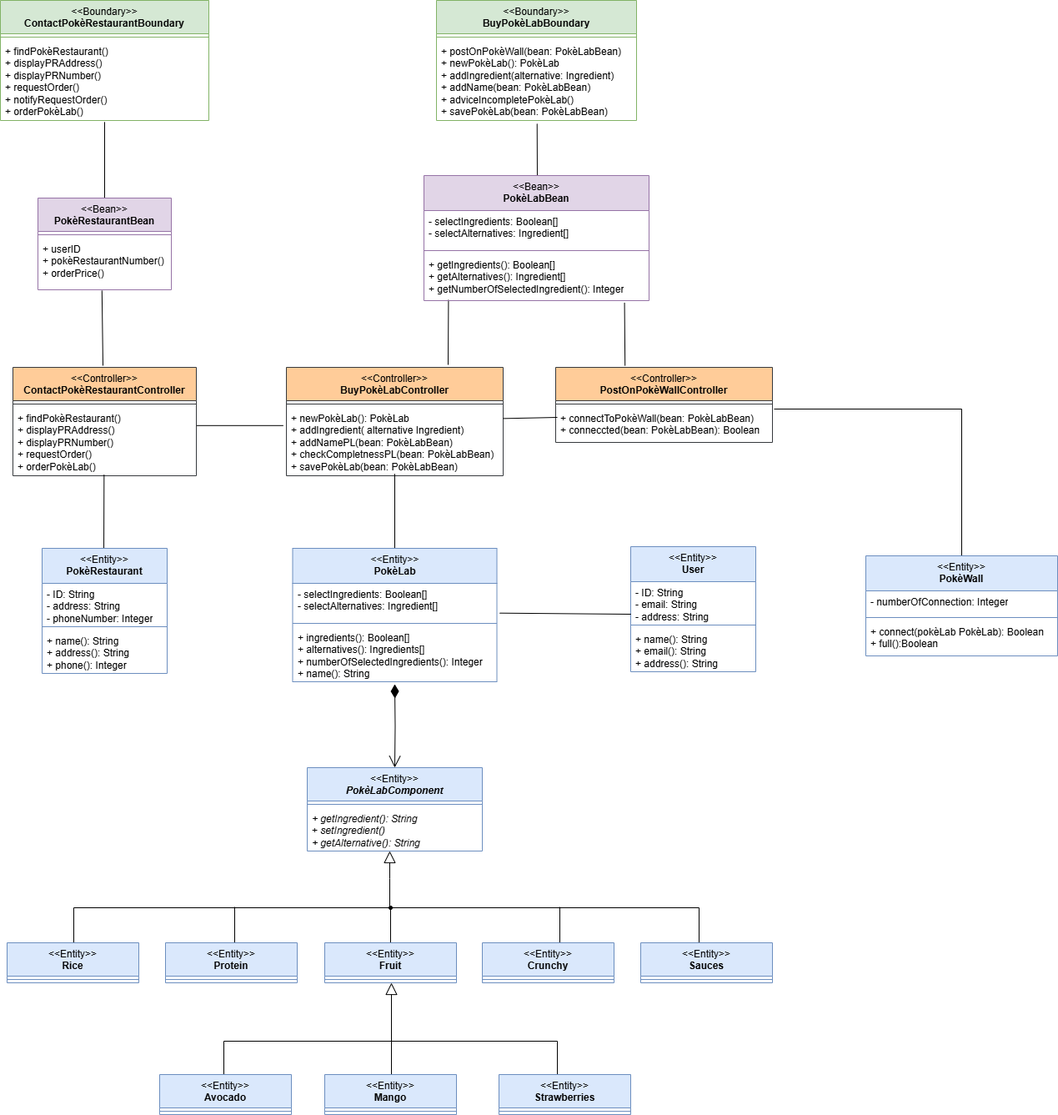
This is diagrams/BCE.drawio.png from matteopinfildi/ISPW-Project, a draw.io export, as it was before one commit. Source tidied: cells renumbered, new cells last; positions are measured from the earlier drawing's top-left corner, leaving out a move shared by most shapes.
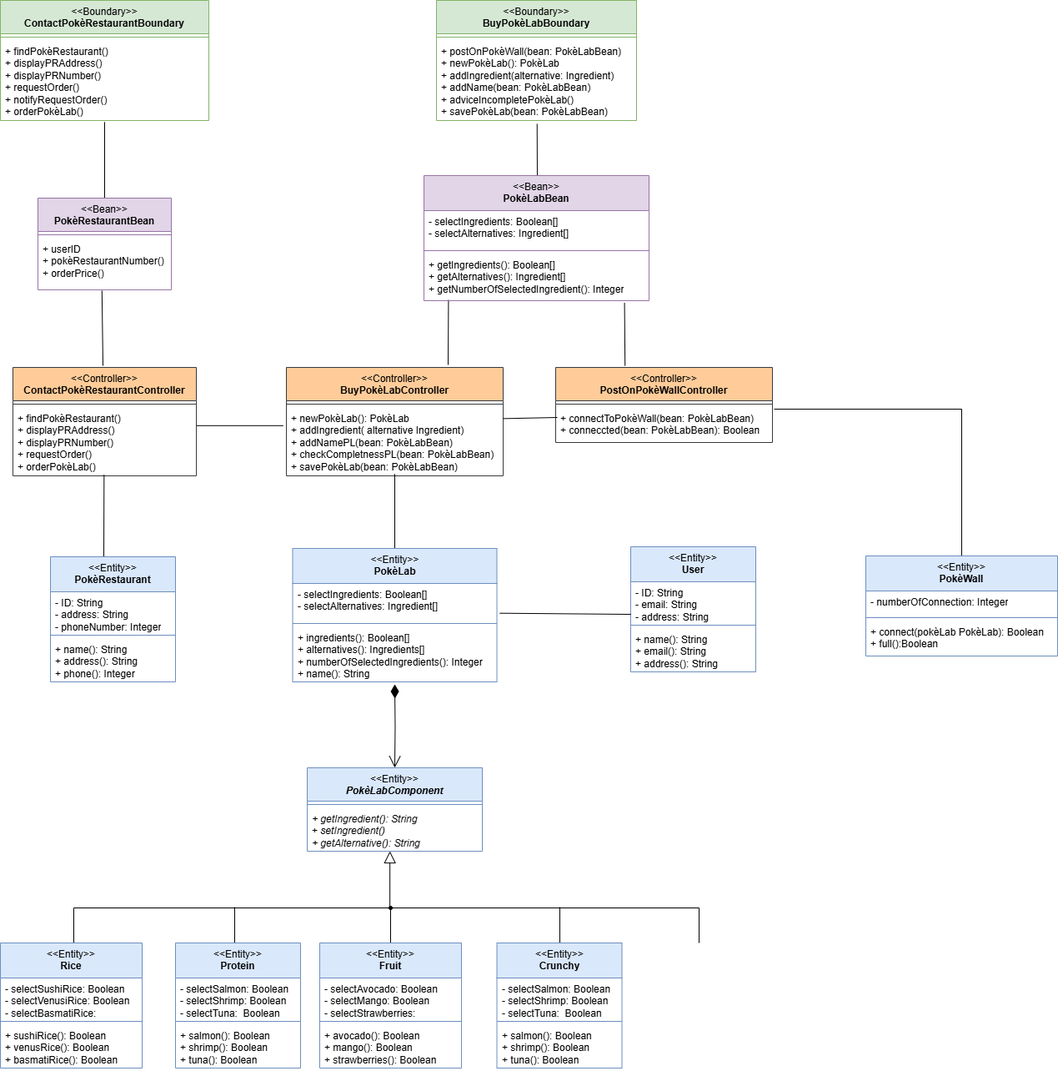
After the commit.

Change to the diagram source:
```diff
@@ -150,69 +150,6 @@
         </Array>
       </mxGeometry>
     </mxCell>
-    <mxCell id="39" value="&lt;div&gt;&lt;span style=&quot;font-weight: normal;&quot;&gt;&amp;lt;&amp;lt;Entity&amp;gt;&amp;gt;&lt;/span&gt;&lt;/div&gt;Rice" style="swimlane;fontStyle=1;align=center;verticalAlign=top;horizontal=1;startSize=40;whiteSpace=wrap;html=1;fillColor=#dae8fc;strokeColor=#6c8ebf;" parent="1" vertex="1">
-      <mxGeometry x="8" y="1130" width="158" height="48" as="geometry" />
-    </mxCell>
-    <mxCell id="40" style="line;strokeWidth=1;fillColor=none;align=left;verticalAlign=middle;spacingTop=-1;spacingLeft=3;spacingRight=3;labelPosition=right;strokeColor=inherit;" parent="39" vertex="1">
-      <mxGeometry y="40" width="158" height="8" as="geometry" />
-    </mxCell>
-    <mxCell id="41" value="&lt;div&gt;&lt;span style=&quot;font-weight: normal;&quot;&gt;&amp;lt;&amp;lt;Entity&amp;gt;&amp;gt;&lt;/span&gt;&lt;/div&gt;Sauces" style="swimlane;fontStyle=1;align=center;verticalAlign=top;horizontal=1;startSize=40;whiteSpace=wrap;html=1;fillColor=#dae8fc;strokeColor=#6c8ebf;" parent="1" vertex="1">
-      <mxGeometry x="768" y="1130" width="158" height="48" as="geometry" />
-    </mxCell>
-    <mxCell id="42" style="line;strokeWidth=1;fillColor=none;align=left;verticalAlign=middle;spacingTop=-1;spacingLeft=3;spacingRight=3;labelPosition=right;strokeColor=inherit;" parent="41" vertex="1">
-      <mxGeometry y="40" width="158" height="8" as="geometry" />
-    </mxCell>
-    <mxCell id="43" value="&lt;div&gt;&lt;span style=&quot;font-weight: normal;&quot;&gt;&amp;lt;&amp;lt;Entity&amp;gt;&amp;gt;&lt;/span&gt;&lt;/div&gt;Crunchy" style="swimlane;fontStyle=1;align=center;verticalAlign=top;horizontal=1;startSize=40;whiteSpace=wrap;html=1;fillColor=#dae8fc;strokeColor=#6c8ebf;" parent="1" vertex="1">
-      <mxGeometry x="578" y="1130" width="158" height="48" as="geometry" />
-    </mxCell>
-    <mxCell id="44" style="line;strokeWidth=1;fillColor=none;align=left;verticalAlign=middle;spacingTop=-1;spacingLeft=3;spacingRight=3;labelPosition=right;strokeColor=inherit;" parent="43" vertex="1">
-      <mxGeometry y="40" width="158" height="8" as="geometry" />
-    </mxCell>
-    <mxCell id="45" value="&lt;div&gt;&lt;span style=&quot;font-weight: normal;&quot;&gt;&amp;lt;&amp;lt;Entity&amp;gt;&amp;gt;&lt;/span&gt;&lt;/div&gt;Fruit" style="swimlane;fontStyle=1;align=center;verticalAlign=top;horizontal=1;startSize=40;whiteSpace=wrap;html=1;fillColor=#dae8fc;strokeColor=#6c8ebf;" parent="1" vertex="1">
-      <mxGeometry x="389" y="1130" width="158" height="48" as="geometry" />
-    </mxCell>
-    <mxCell id="46" style="line;strokeWidth=1;fillColor=none;align=left;verticalAlign=middle;spacingTop=-1;spacingLeft=3;spacingRight=3;labelPosition=right;strokeColor=inherit;" parent="45" vertex="1">
-      <mxGeometry y="40" width="158" height="8" as="geometry" />
-    </mxCell>
-    <mxCell id="47" value="&lt;div&gt;&lt;span style=&quot;font-weight: normal;&quot;&gt;&amp;lt;&amp;lt;Entity&amp;gt;&amp;gt;&lt;/span&gt;&lt;/div&gt;Protein" style="swimlane;fontStyle=1;align=center;verticalAlign=top;horizontal=1;startSize=40;whiteSpace=wrap;html=1;fillColor=#dae8fc;strokeColor=#6c8ebf;" parent="1" vertex="1">
-      <mxGeometry x="198" y="1130" width="158" height="48" as="geometry" />
-    </mxCell>
-    <mxCell id="48" style="line;strokeWidth=1;fillColor=none;align=left;verticalAlign=middle;spacingTop=-1;spacingLeft=3;spacingRight=3;labelPosition=right;strokeColor=inherit;" parent="47" vertex="1">
-      <mxGeometry y="40" width="158" height="8" as="geometry" />
-    </mxCell>
-    <mxCell id="49" style="edgeStyle=elbowEdgeStyle;html=1;endSize=12;endArrow=block;endFill=0;elbow=horizontal;rounded=0;labelBackgroundColor=default;fontFamily=Helvetica;fontSize=11;fontColor=default;shape=connector;exitX=0.502;exitY=0;exitDx=0;exitDy=0;exitPerimeter=0;" parent="1" edge="1">
-      <mxGeometry x="1" relative="1" as="geometry">
-        <mxPoint x="469" y="1294" as="sourcePoint" />
-        <mxPoint x="469.4" y="1178" as="targetPoint" />
-      </mxGeometry>
-    </mxCell>
-    <mxCell id="50" style="edgeStyle=elbowEdgeStyle;html=1;elbow=vertical;verticalAlign=bottom;endArrow=none;rounded=0;labelBackgroundColor=default;fontFamily=Helvetica;fontSize=11;fontColor=default;startSize=14;shape=connector;entryX=0.5;entryY=0;entryDx=0;entryDy=0;exitX=0.5;exitY=0;exitDx=0;exitDy=0;" parent="1" edge="1">
-      <mxGeometry x="1" relative="1" as="geometry">
-        <mxPoint x="668" y="1294" as="sourcePoint" />
-        <mxPoint x="268" y="1294" as="targetPoint" />
-        <Array as="points">
-          <mxPoint x="618" y="1248" />
-        </Array>
-      </mxGeometry>
-    </mxCell>
-    <mxCell id="51" value="&lt;div&gt;&lt;span style=&quot;font-weight: normal;&quot;&gt;&amp;lt;&amp;lt;Entity&amp;gt;&amp;gt;&lt;/span&gt;&lt;/div&gt;Avocado" style="swimlane;fontStyle=1;align=center;verticalAlign=top;horizontal=1;startSize=40;whiteSpace=wrap;html=1;fillColor=#dae8fc;strokeColor=#6c8ebf;" parent="1" vertex="1">
-      <mxGeometry x="191" y="1288" width="158" height="48" as="geometry" />
-    </mxCell>
-    <mxCell id="52" style="line;strokeWidth=1;fillColor=none;align=left;verticalAlign=middle;spacingTop=-1;spacingLeft=3;spacingRight=3;labelPosition=right;strokeColor=inherit;" parent="51" vertex="1">
-      <mxGeometry y="40" width="158" height="8" as="geometry" />
-    </mxCell>
-    <mxCell id="53" value="&lt;div&gt;&lt;span style=&quot;font-weight: normal;&quot;&gt;&amp;lt;&amp;lt;Entity&amp;gt;&amp;gt;&lt;/span&gt;&lt;/div&gt;Mango" style="swimlane;fontStyle=1;align=center;verticalAlign=top;horizontal=1;startSize=40;whiteSpace=wrap;html=1;fillColor=#dae8fc;strokeColor=#6c8ebf;" parent="1" vertex="1">
-      <mxGeometry x="389" y="1288" width="158" height="48" as="geometry" />
-    </mxCell>
-    <mxCell id="54" style="line;strokeWidth=1;fillColor=none;align=left;verticalAlign=middle;spacingTop=-1;spacingLeft=3;spacingRight=3;labelPosition=right;strokeColor=inherit;" parent="53" vertex="1">
-      <mxGeometry y="40" width="158" height="8" as="geometry" />
-    </mxCell>
-    <mxCell id="55" value="&lt;div&gt;&lt;span style=&quot;font-weight: normal;&quot;&gt;&amp;lt;&amp;lt;Entity&amp;gt;&amp;gt;&lt;/span&gt;&lt;/div&gt;Strawberries" style="swimlane;fontStyle=1;align=center;verticalAlign=top;horizontal=1;startSize=40;whiteSpace=wrap;html=1;fillColor=#dae8fc;strokeColor=#6c8ebf;" parent="1" vertex="1">
-      <mxGeometry x="598" y="1288" width="158" height="48" as="geometry" />
-    </mxCell>
-    <mxCell id="56" style="line;strokeWidth=1;fillColor=none;align=left;verticalAlign=middle;spacingTop=-1;spacingLeft=3;spacingRight=3;labelPosition=right;strokeColor=inherit;" parent="55" vertex="1">
-      <mxGeometry y="40" width="158" height="8" as="geometry" />
-    </mxCell>
     <mxCell id="57" value="&lt;div&gt;&lt;span style=&quot;font-weight: 400;&quot;&gt;&amp;lt;&amp;lt;Entity&amp;gt;&amp;gt;&lt;/span&gt;&lt;br&gt;&lt;/div&gt;PokèLab" style="swimlane;fontStyle=1;align=center;verticalAlign=top;horizontal=1;startSize=42;whiteSpace=wrap;html=1;fillColor=#dae8fc;strokeColor=#6c8ebf;" parent="1" vertex="1">
       <mxGeometry x="350.5" y="657" width="245" height="160" as="geometry" />
     </mxCell>
@@ -230,17 +167,17 @@
         <mxPoint x="473" y="820" as="sourcePoint" />
       </mxGeometry>
     </mxCell>
-    <mxCell id="62" value="&lt;div&gt;&lt;span style=&quot;font-weight: 400;&quot;&gt;&amp;lt;&amp;lt;Entity&amp;gt;&amp;gt;&lt;/span&gt;&lt;br&gt;&lt;/div&gt;PokèRestaurant" style="swimlane;fontStyle=1;align=center;verticalAlign=top;horizontal=1;startSize=42;whiteSpace=wrap;html=1;fillColor=#dae8fc;strokeColor=#6c8ebf;" parent="1" vertex="1">
-      <mxGeometry x="50" y="657" width="150" height="150" as="geometry" />
+    <mxCell id="62" value="&lt;div&gt;&lt;span style=&quot;font-weight: 400;&quot;&gt;&amp;lt;&amp;lt;Entity&amp;gt;&amp;gt;&lt;/span&gt;&lt;br&gt;&lt;/div&gt;Rice" style="swimlane;fontStyle=1;align=center;verticalAlign=top;horizontal=1;startSize=42;whiteSpace=wrap;html=1;fillColor=#dae8fc;strokeColor=#6c8ebf;" parent="1" vertex="1">
+      <mxGeometry y="1130" width="170" height="150" as="geometry" />
     </mxCell>
-    <mxCell id="63" value="- ID: String&lt;div&gt;- address: String&lt;/div&gt;&lt;div&gt;- phoneNumber: Integer&lt;/div&gt;" style="text;strokeColor=none;fillColor=none;align=left;verticalAlign=top;spacingLeft=4;spacingRight=4;overflow=hidden;whiteSpace=wrap;html=1;" parent="62" vertex="1">
-      <mxGeometry y="42" width="150" height="48" as="geometry" />
+    <mxCell id="63" value="- selectSushiRice: Boolean&lt;div&gt;- selectVenusiRice: Boolean&lt;/div&gt;&lt;div&gt;- selectBasmatiRice:&amp;nbsp; Boolean&lt;/div&gt;" style="text;strokeColor=none;fillColor=none;align=left;verticalAlign=top;spacingLeft=4;spacingRight=4;overflow=hidden;whiteSpace=wrap;html=1;" parent="62" vertex="1">
+      <mxGeometry y="42" width="170" height="48" as="geometry" />
     </mxCell>
     <mxCell id="64" style="line;strokeWidth=1;fillColor=none;align=left;verticalAlign=middle;spacingTop=-1;spacingLeft=3;spacingRight=3;labelPosition=right;strokeColor=inherit;" parent="62" vertex="1">
-      <mxGeometry y="90" width="150" height="8" as="geometry" />
+      <mxGeometry y="90" width="170" height="8" as="geometry" />
     </mxCell>
-    <mxCell id="65" value="+ name(): String&lt;div&gt;+ address(): String&lt;/div&gt;&lt;div&gt;+ phone(&lt;span style=&quot;background-color: initial;&quot;&gt;): Integer&lt;/span&gt;&lt;/div&gt;" style="text;strokeColor=none;fillColor=none;align=left;verticalAlign=top;spacingLeft=4;spacingRight=4;overflow=hidden;whiteSpace=wrap;html=1;" parent="62" vertex="1">
-      <mxGeometry y="98" width="150" height="52" as="geometry" />
+    <mxCell id="65" value="+ sushiRice(): Boolean&lt;div&gt;+ venusRice(): Boolean&lt;/div&gt;&lt;div&gt;+ basmatiRice(): Boolean&lt;/div&gt;" style="text;strokeColor=none;fillColor=none;align=left;verticalAlign=top;spacingLeft=4;spacingRight=4;overflow=hidden;whiteSpace=wrap;html=1;" parent="62" vertex="1">
+      <mxGeometry y="98" width="170" height="52" as="geometry" />
     </mxCell>
     <mxCell id="66" value="&lt;div&gt;&lt;span style=&quot;font-weight: 400;&quot;&gt;&amp;lt;&amp;lt;Entity&amp;gt;&amp;gt;&lt;/span&gt;&lt;br&gt;&lt;/div&gt;PokèWall" style="swimlane;fontStyle=1;align=center;verticalAlign=top;horizontal=1;startSize=42;whiteSpace=wrap;html=1;fillColor=#dae8fc;strokeColor=#6c8ebf;" parent="1" vertex="1">
       <mxGeometry x="1038" y="666" width="230" height="120" as="geometry" />
@@ -281,5 +218,53 @@
     <mxCell id="78" value="+ getIngredients(): Boolean[]&lt;div&gt;+ getAlternatives(): Ingredient[]&lt;/div&gt;&lt;div&gt;+ getNumberOfSelectedIngredient(): Integer&lt;/div&gt;" style="text;strokeColor=none;fillColor=none;align=left;verticalAlign=top;spacingLeft=4;spacingRight=4;overflow=hidden;points=[[0,0.5],[1,0.5]];portConstraint=eastwest;whiteSpace=wrap;html=1;" parent="75" vertex="1">
       <mxGeometry y="94" width="270" height="56" as="geometry" />
     </mxCell>
+    <mxCell id="79" value="&lt;div&gt;&lt;span style=&quot;font-weight: 400;&quot;&gt;&amp;lt;&amp;lt;Entity&amp;gt;&amp;gt;&lt;/span&gt;&lt;br&gt;&lt;/div&gt;PokèRestaurant" style="swimlane;fontStyle=1;align=center;verticalAlign=top;horizontal=1;startSize=42;whiteSpace=wrap;html=1;fillColor=#dae8fc;strokeColor=#6c8ebf;" parent="1" vertex="1">
+      <mxGeometry x="60" y="667" width="150" height="150" as="geometry" />
+    </mxCell>
+    <mxCell id="80" value="- ID: String&lt;div&gt;- address: String&lt;/div&gt;&lt;div&gt;- phoneNumber: Integer&lt;/div&gt;" style="text;strokeColor=none;fillColor=none;align=left;verticalAlign=top;spacingLeft=4;spacingRight=4;overflow=hidden;whiteSpace=wrap;html=1;" parent="79" vertex="1">
+      <mxGeometry y="42" width="150" height="48" as="geometry" />
+    </mxCell>
+    <mxCell id="81" style="line;strokeWidth=1;fillColor=none;align=left;verticalAlign=middle;spacingTop=-1;spacingLeft=3;spacingRight=3;labelPosition=right;strokeColor=inherit;" parent="79" vertex="1">
+      <mxGeometry y="90" width="150" height="8" as="geometry" />
+    </mxCell>
+    <mxCell id="82" value="+ name(): String&lt;div&gt;+ address(): String&lt;/div&gt;&lt;div&gt;+ phone(&lt;span style=&quot;background-color: initial;&quot;&gt;): Integer&lt;/span&gt;&lt;/div&gt;" style="text;strokeColor=none;fillColor=none;align=left;verticalAlign=top;spacingLeft=4;spacingRight=4;overflow=hidden;whiteSpace=wrap;html=1;" parent="79" vertex="1">
+      <mxGeometry y="98" width="150" height="52" as="geometry" />
+    </mxCell>
+    <mxCell id="47" value="&lt;div&gt;&lt;span style=&quot;font-weight: 400;&quot;&gt;&amp;lt;&amp;lt;Entity&amp;gt;&amp;gt;&lt;/span&gt;&lt;br&gt;&lt;/div&gt;Protein" style="swimlane;fontStyle=1;align=center;verticalAlign=top;horizontal=1;startSize=42;whiteSpace=wrap;html=1;fillColor=#dae8fc;strokeColor=#6c8ebf;" parent="1" vertex="1">
+      <mxGeometry x="210" y="1130" width="150" height="150" as="geometry" />
+    </mxCell>
+    <mxCell id="83" value="- selectSalmon: Boolean&lt;div&gt;- selectShrimp: Boolean&lt;/div&gt;&lt;div&gt;- selectTuna:&amp;nbsp; Boolean&lt;/div&gt;" style="text;strokeColor=none;fillColor=none;align=left;verticalAlign=top;spacingLeft=4;spacingRight=4;overflow=hidden;whiteSpace=wrap;html=1;" parent="47" vertex="1">
+      <mxGeometry y="42" width="150" height="48" as="geometry" />
+    </mxCell>
+    <mxCell id="84" style="line;strokeWidth=1;fillColor=none;align=left;verticalAlign=middle;spacingTop=-1;spacingLeft=3;spacingRight=3;labelPosition=right;strokeColor=inherit;" parent="47" vertex="1">
+      <mxGeometry y="90" width="150" height="8" as="geometry" />
+    </mxCell>
+    <mxCell id="85" value="+ salmon(): Boolean&lt;div&gt;+ shrimp(): Boolean&lt;/div&gt;&lt;div&gt;+ tuna(): Boolean&lt;/div&gt;" style="text;strokeColor=none;fillColor=none;align=left;verticalAlign=top;spacingLeft=4;spacingRight=4;overflow=hidden;whiteSpace=wrap;html=1;" parent="47" vertex="1">
+      <mxGeometry y="98" width="150" height="52" as="geometry" />
+    </mxCell>
+    <mxCell id="45" value="&lt;div&gt;&lt;span style=&quot;font-weight: 400;&quot;&gt;&amp;lt;&amp;lt;Entity&amp;gt;&amp;gt;&lt;/span&gt;&lt;br&gt;&lt;/div&gt;Fruit" style="swimlane;fontStyle=1;align=center;verticalAlign=top;horizontal=1;startSize=42;whiteSpace=wrap;html=1;fillColor=#dae8fc;strokeColor=#6c8ebf;" parent="1" vertex="1">
+      <mxGeometry x="383" y="1130" width="170" height="150" as="geometry" />
+    </mxCell>
+    <mxCell id="86" value="- selectAvocado: Boolean&lt;div&gt;- selectMango: Boolean&lt;/div&gt;&lt;div&gt;- selectStrawberries:&amp;nbsp; Boolean&lt;/div&gt;" style="text;strokeColor=none;fillColor=none;align=left;verticalAlign=top;spacingLeft=4;spacingRight=4;overflow=hidden;whiteSpace=wrap;html=1;" parent="45" vertex="1">
+      <mxGeometry y="42" width="170" height="48" as="geometry" />
+    </mxCell>
+    <mxCell id="87" style="line;strokeWidth=1;fillColor=none;align=left;verticalAlign=middle;spacingTop=-1;spacingLeft=3;spacingRight=3;labelPosition=right;strokeColor=inherit;" parent="45" vertex="1">
+      <mxGeometry y="90" width="170" height="8" as="geometry" />
+    </mxCell>
+    <mxCell id="88" value="+ avocado(): Boolean&lt;div&gt;+ mango(): Boolean&lt;/div&gt;&lt;div&gt;+ strawberries(): Boolean&lt;/div&gt;" style="text;strokeColor=none;fillColor=none;align=left;verticalAlign=top;spacingLeft=4;spacingRight=4;overflow=hidden;whiteSpace=wrap;html=1;" parent="45" vertex="1">
+      <mxGeometry y="98" width="170" height="52" as="geometry" />
+    </mxCell>
+    <mxCell id="43" value="&lt;div&gt;&lt;span style=&quot;font-weight: 400;&quot;&gt;&amp;lt;&amp;lt;Entity&amp;gt;&amp;gt;&lt;/span&gt;&lt;br&gt;&lt;/div&gt;Crunchy" style="swimlane;fontStyle=1;align=center;verticalAlign=top;horizontal=1;startSize=42;whiteSpace=wrap;html=1;fillColor=#dae8fc;strokeColor=#6c8ebf;" parent="1" vertex="1">
+      <mxGeometry x="595.5" y="1130" width="150" height="150" as="geometry" />
+    </mxCell>
+    <mxCell id="89" value="- selectSalmon: Boolean&lt;div&gt;- selectShrimp: Boolean&lt;/div&gt;&lt;div&gt;- selectTuna:&amp;nbsp; Boolean&lt;/div&gt;" style="text;strokeColor=none;fillColor=none;align=left;verticalAlign=top;spacingLeft=4;spacingRight=4;overflow=hidden;whiteSpace=wrap;html=1;" parent="43" vertex="1">
+      <mxGeometry y="42" width="150" height="48" as="geometry" />
+    </mxCell>
+    <mxCell id="90" style="line;strokeWidth=1;fillColor=none;align=left;verticalAlign=middle;spacingTop=-1;spacingLeft=3;spacingRight=3;labelPosition=right;strokeColor=inherit;" parent="43" vertex="1">
+      <mxGeometry y="90" width="150" height="8" as="geometry" />
+    </mxCell>
+    <mxCell id="91" value="+ salmon(): Boolean&lt;div&gt;+ shrimp(): Boolean&lt;/div&gt;&lt;div&gt;+ tuna(): Boolean&lt;/div&gt;" style="text;strokeColor=none;fillColor=none;align=left;verticalAlign=top;spacingLeft=4;spacingRight=4;overflow=hidden;whiteSpace=wrap;html=1;" parent="43" vertex="1">
+      <mxGeometry y="98" width="150" height="52" as="geometry" />
+    </mxCell>
   </root>
 </mxGraphModel>
```
